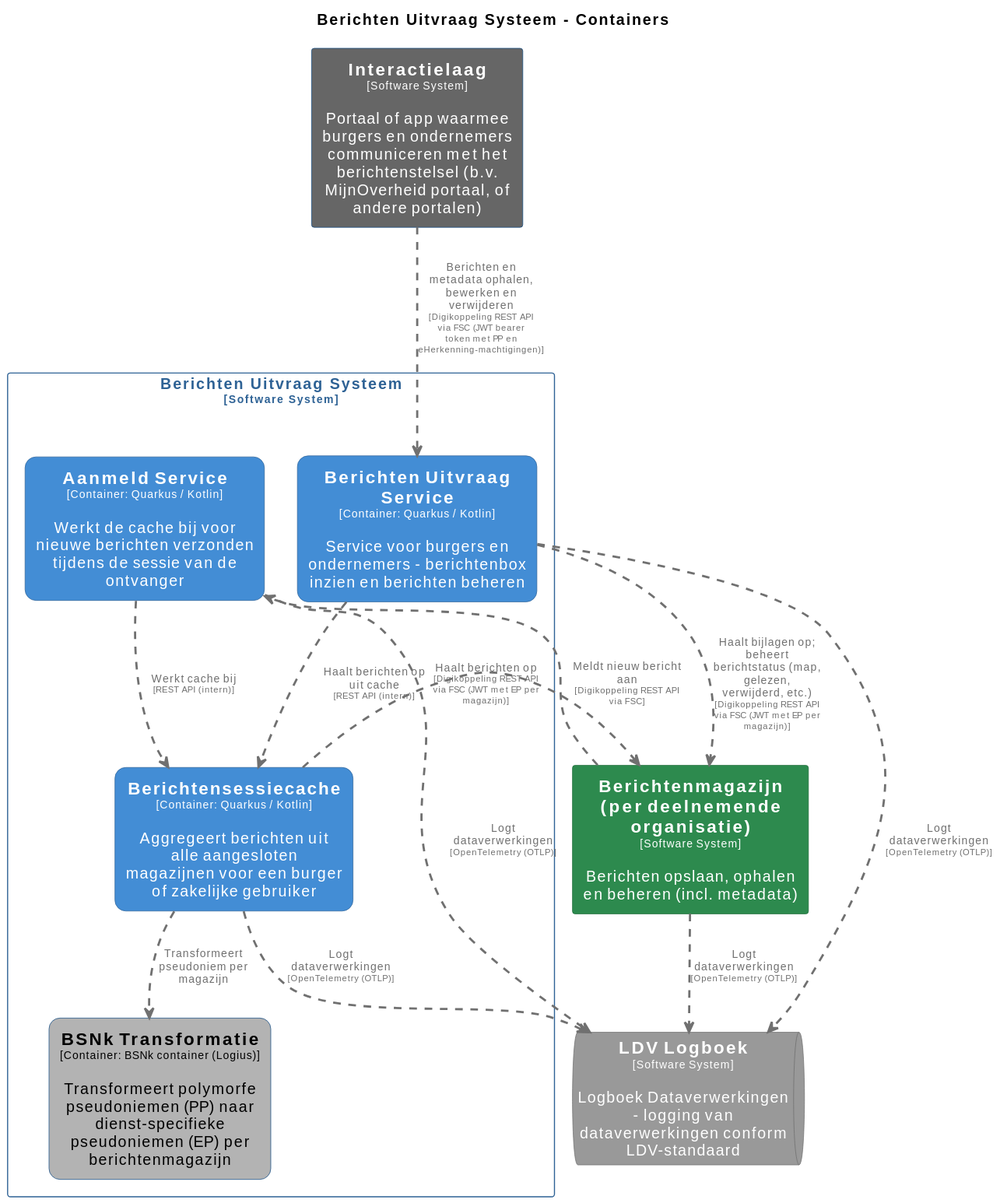
MinBZK/moza-poc-fbs-berichtenbox keeps this PlantUML diagram as pr-preview/pr-22/master/svg/BerichtenUitvraagSysteemContainers.svg. Above is the earlier version. Its source is kept beside it as pr-preview/pr-22/master/puml/BerichtenUitvraagSysteemContainers.puml.
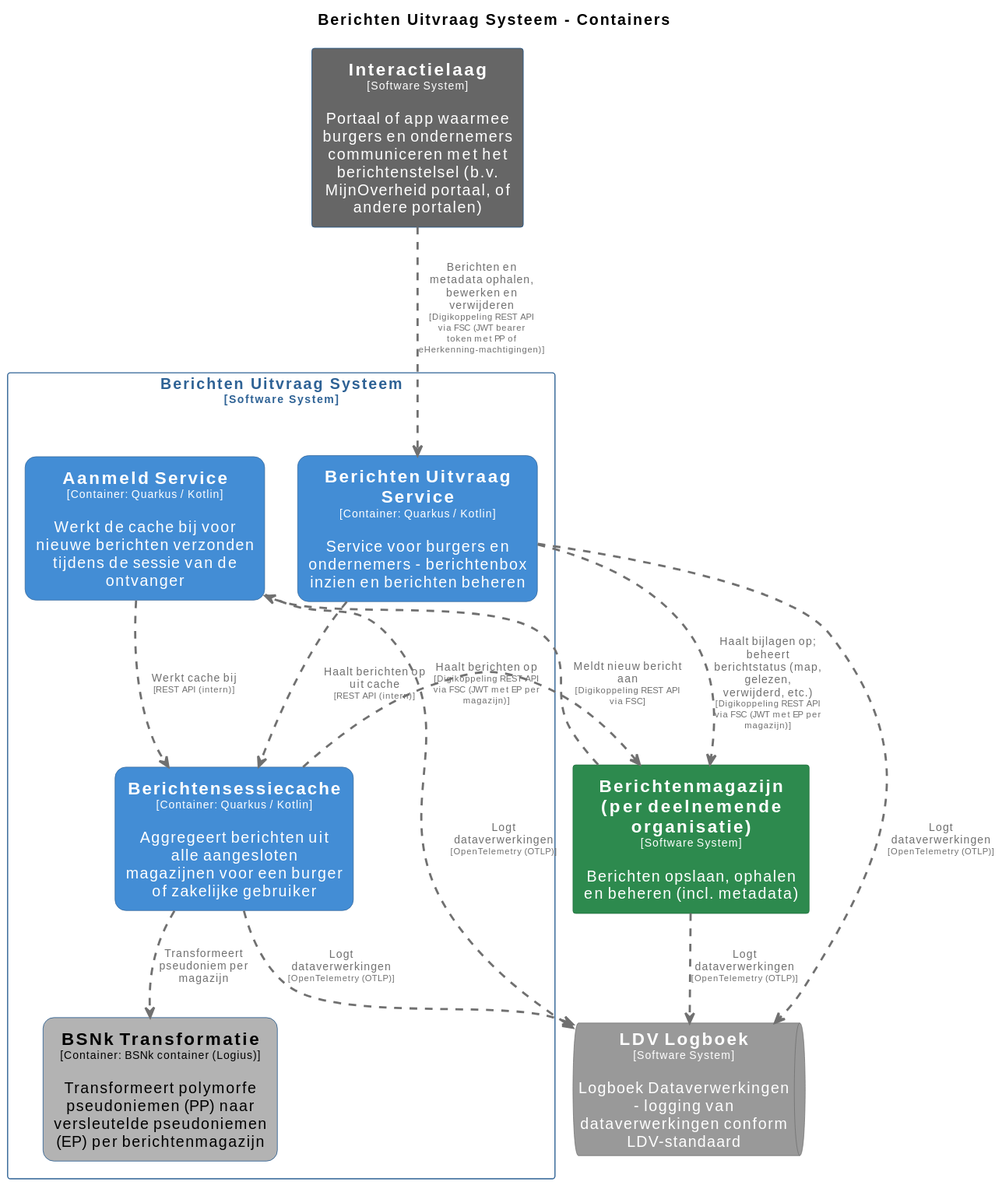
Later version of the same file.

Diff of the diagram source:
```diff
@@ -74,7 +74,7 @@
 rectangle "Berichten Uitvraag Systeem\n<size:10>[Software System]</size>" <<BerichtenUitvraagSysteem>> {
   rectangle "==Berichtensessiecache\n<size:10>[Container: Quarkus / Kotlin]</size>\n\nAggregeert berichten uit alle aangesloten magazijnen voor een burger of zakelijke gebruiker" <<BerichtenUitvraagSysteem.Berichtensessiecache>> as BerichtenUitvraagSysteem.Berichtensessiecache
   rectangle "==Berichten Uitvraag Service\n<size:10>[Container: Quarkus / Kotlin]</size>\n\nService voor burgers en ondernemers - berichtenbox inzien en berichten beheren" <<BerichtenUitvraagSysteem.BerichtenUitvraagService>> as BerichtenUitvraagSysteem.BerichtenUitvraagService
-  rectangle "==BSNk Transformatie\n<size:10>[Container: BSNk container (Logius)]</size>\n\nTransformeert polymorfe pseudoniemen (PP) naar dienst-specifieke pseudoniemen (EP) per berichtenmagazijn" <<BerichtenUitvraagSysteem.BSNkTransformatie>> as BerichtenUitvraagSysteem.BSNkTransformatie
+  rectangle "==BSNk Transformatie\n<size:10>[Container: BSNk container (Logius)]</size>\n\nTransformeert polymorfe pseudoniemen (PP) naar versleutelde pseudoniemen (EP) per berichtenmagazijn" <<BerichtenUitvraagSysteem.BSNkTransformatie>> as BerichtenUitvraagSysteem.BSNkTransformatie
   rectangle "==Aanmeld Service\n<size:10>[Container: Quarkus / Kotlin]</size>\n\nWerkt de cache bij voor nieuwe berichten verzonden tijdens de sessie van de ontvanger" <<BerichtenUitvraagSysteem.AanmeldService>> as BerichtenUitvraagSysteem.AanmeldService
 }
 
@@ -86,7 +86,7 @@
 BerichtenUitvraagSysteem.Berichtensessiecache .[#707070,thickness=2].> BerichtenUitvraagSysteem.BSNkTransformatie : "<color:#707070>Transformeert pseudoniem per magazijn"
 BerichtenUitvraagSysteem.AanmeldService .[#707070,thickness=2].> BerichtenUitvraagSysteem.Berichtensessiecache : "<color:#707070>Werkt cache bij\n<color:#707070><size:8>[REST API (intern)]</size>"
 BerichtenUitvraagSysteem.BerichtenUitvraagService .[#707070,thickness=2].> BerichtenUitvraagSysteem.Berichtensessiecache : "<color:#707070>Haalt berichten op uit cache\n<color:#707070><size:8>[REST API (intern)]</size>"
-Interactielaag .[#707070,thickness=2].> BerichtenUitvraagSysteem.BerichtenUitvraagService : "<color:#707070>Berichten en metadata ophalen, bewerken en verwijderen\n<color:#707070><size:8>[Digikoppeling REST API via FSC (JWT bearer token met PP en eHerkenning-machtigingen)]</size>"
+Interactielaag .[#707070,thickness=2].> BerichtenUitvraagSysteem.BerichtenUitvraagService : "<color:#707070>Berichten en metadata ophalen, bewerken en verwijderen\n<color:#707070><size:8>[Digikoppeling REST API via FSC (JWT bearer token met PP of eHerkenning-machtigingen)]</size>"
 BerichtenUitvraagSysteem.BerichtenUitvraagService .[#707070,thickness=2].> Berichtenmagazijnperdeelnemendeorganisatie : "<color:#707070>Haalt bijlagen op; beheert berichtstatus (map, gelezen, verwijderd, etc.)\n<color:#707070><size:8>[Digikoppeling REST API via FSC (JWT met EP per magazijn)]</size>"
 Berichtenmagazijnperdeelnemendeorganisatie .[#707070,thickness=2].> BerichtenUitvraagSysteem.AanmeldService : "<color:#707070>Meldt nieuw bericht aan\n<color:#707070><size:8>[Digikoppeling REST API via FSC]</size>"
 @enduml
```
